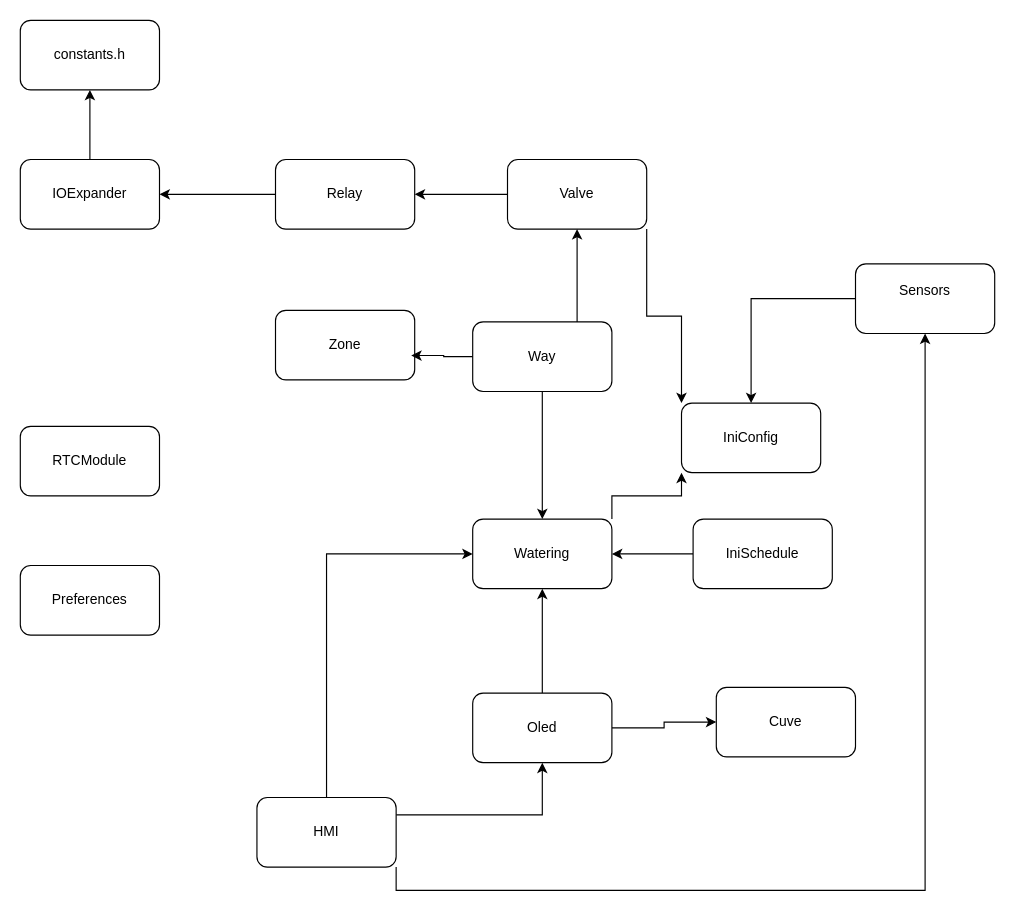
Ugaux/gestion-arrosage-jdc keeps this draw.io diagram as firmware/doc/classes.drawio. Above is the earlier version. Source tidied: cells renumbered, new cells numbered last; positions are measured from the earlier drawing's top-left corner, leaving out a move shared by most shapes. Both pictures are drawn from the tidied source at 116%, with x=0, y=0 at pixel (20, 20).
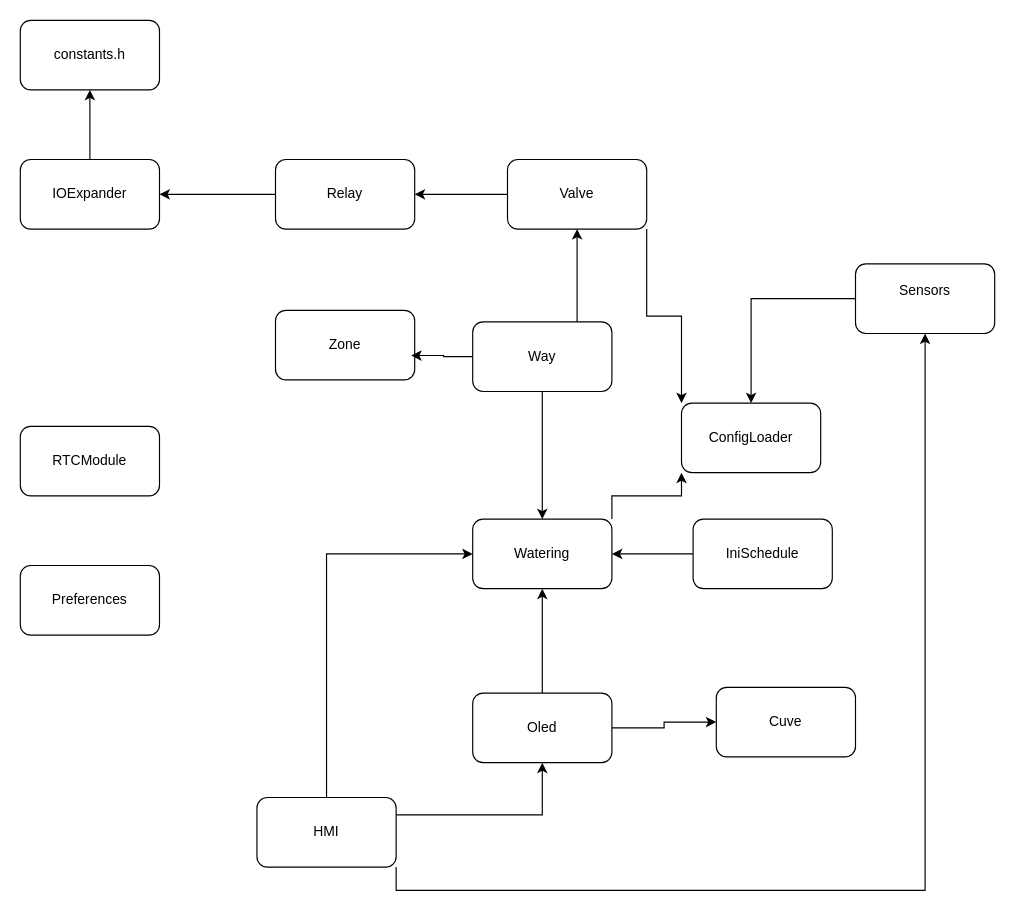
The same diagram, later.

The edit, as a diff of the source:
```diff
@@
-    <mxCell id="21" value="IniConfig" style="rounded=1;whiteSpace=wrap;html=1;" parent="1" vertex="1">
+    <mxCell id="21" value="ConfigLoader" style="rounded=1;whiteSpace=wrap;html=1;" parent="1" vertex="1">
       <mxGeometry x="570" y="330" width="120" height="60" as="geometry" />
     </mxCell>
```
